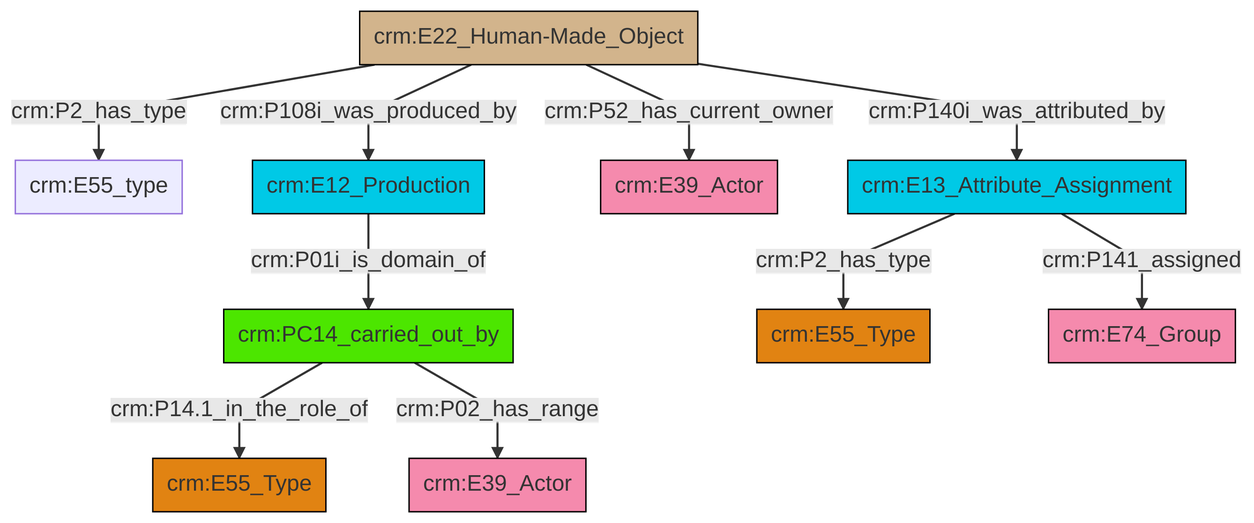
Above: et/builtWorkCSV/ttl/mmd/png/Built_Work_actor_relations.png in swiss-art-research-net/docs.swissartresearch (Mermaid), before the change. Its source is kept beside it as et/builtWorkCSV/ttl/mmd/Built_Work_actor_relations.ttl.mmd.
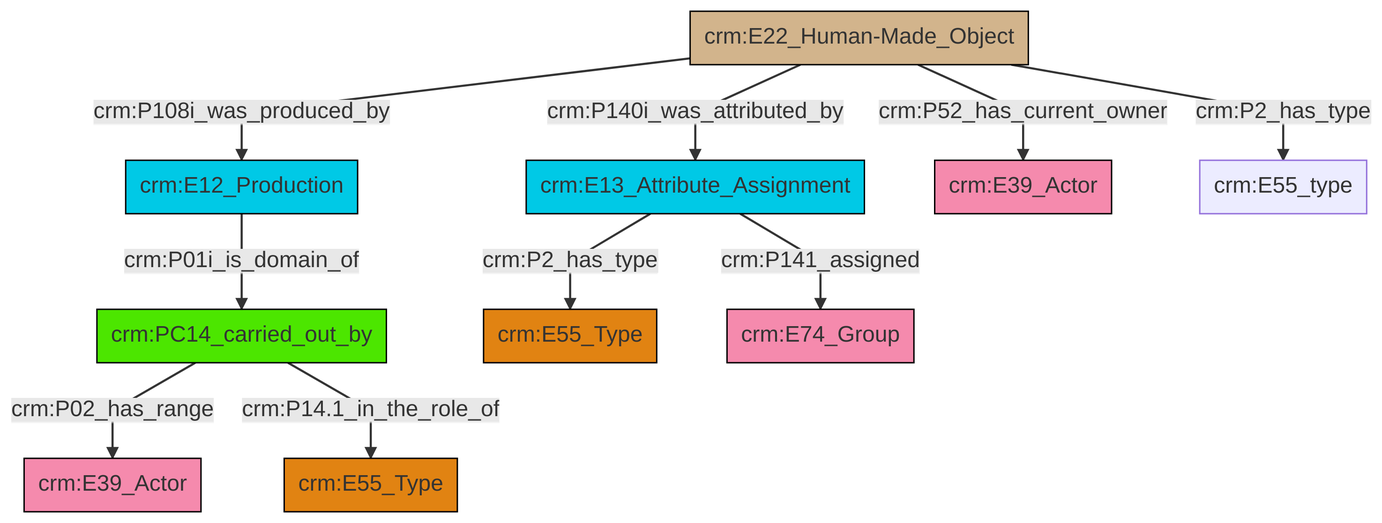
Above is the later version.

Change to the diagram source:
```diff
@@ -13,12 +13,12 @@
 classDef PC_Classes fill:#4ce600, stroke:#000000;
 classDef Multi fill:#cccccc,stroke:#000000;
 
-0["crm:E13_Attribute_Assignment"]:::Temporal_Entity -->|crm:P2_has_type| 1["crm:E55_Type"]:::Type
-5["crm:E22_Human-Made_Object"]:::Physical_Thing -->|crm:P2_has_type| 6["crm:E55_type"]:::Default
-5["crm:E22_Human-Made_Object"]:::Physical_Thing -->|crm:P108i_was_produced_by| 11["crm:E12_Production"]:::Temporal_Entity
-5["crm:E22_Human-Made_Object"]:::Physical_Thing -->|crm:P52_has_current_owner| 8["crm:E39_Actor"]:::Actor
-15["crm:PC14_carried_out_by"]:::PC_Classes -->|crm:P14.1_in_the_role_of| 12["crm:E55_Type"]:::Type
-15["crm:PC14_carried_out_by"]:::PC_Classes -->|crm:P02_has_range| 3["crm:E39_Actor"]:::Actor
-11["crm:E12_Production"]:::Temporal_Entity -->|crm:P01i_is_domain_of| 15["crm:PC14_carried_out_by"]:::PC_Classes
-0["crm:E13_Attribute_Assignment"]:::Temporal_Entity -->|crm:P141_assigned| 17["crm:E74_Group"]:::Actor
-5["crm:E22_Human-Made_Object"]:::Physical_Thing -->|crm:P140i_was_attributed_by| 0["crm:E13_Attribute_Assignment"]:::Temporal_Entity
+2["crm:E13_Attribute_Assignment"]:::Temporal_Entity -->|crm:P2_has_type| 3["crm:E55_Type"]:::Type
+0["crm:PC14_carried_out_by"]:::PC_Classes -->|crm:P02_has_range| 6["crm:E39_Actor"]:::Actor
+7["crm:E22_Human-Made_Object"]:::Physical_Thing -->|crm:P52_has_current_owner| 8["crm:E39_Actor"]:::Actor
+0["crm:PC14_carried_out_by"]:::PC_Classes -->|crm:P14.1_in_the_role_of| 9["crm:E55_Type"]:::Type
+7["crm:E22_Human-Made_Object"]:::Physical_Thing -->|crm:P108i_was_produced_by| 4["crm:E12_Production"]:::Temporal_Entity
+4["crm:E12_Production"]:::Temporal_Entity -->|crm:P01i_is_domain_of| 0["crm:PC14_carried_out_by"]:::PC_Classes
+7["crm:E22_Human-Made_Object"]:::Physical_Thing -->|crm:P2_has_type| 14["crm:E55_type"]:::Default
+7["crm:E22_Human-Made_Object"]:::Physical_Thing -->|crm:P140i_was_attributed_by| 2["crm:E13_Attribute_Assignment"]:::Temporal_Entity
+2["crm:E13_Attribute_Assignment"]:::Temporal_Entity -->|crm:P141_assigned| 11["crm:E74_Group"]:::Actor
```
